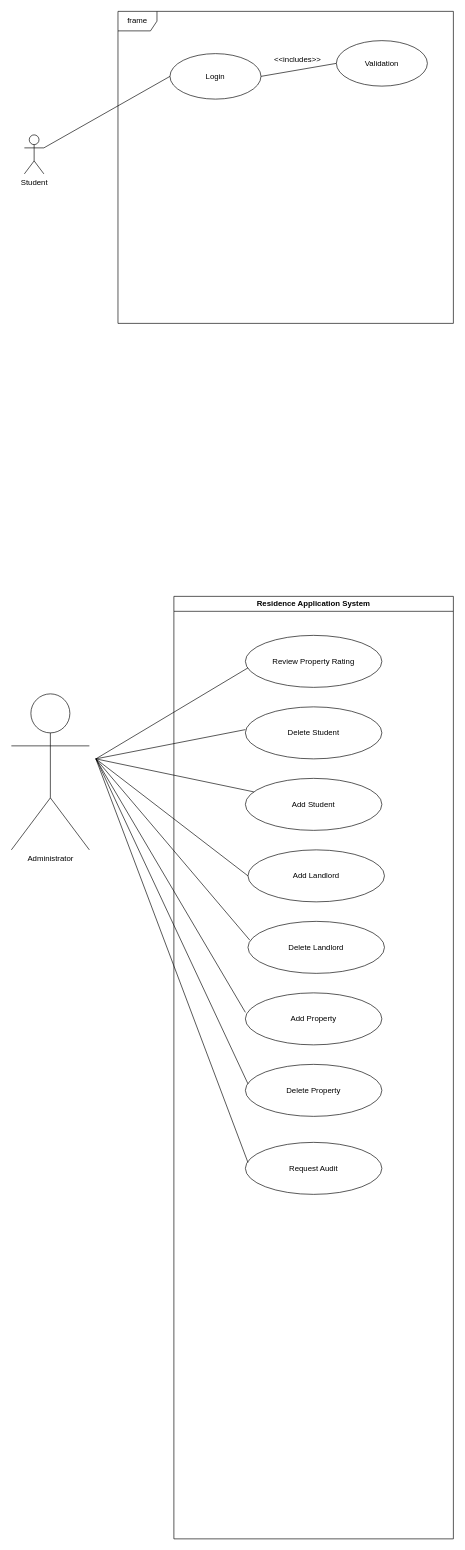
This is AdminUseCase.drawio from SETHU60/cput_accomodation_application, a draw.io file, before an edit. Source tidied: cells renumbered, new cells numbered last; positions are measured from the earlier drawing's top-left corner, leaving out a move shared by most shapes. Both pictures are drawn from the tidied source at 65%, with x=0, y=0 at pixel (11, 11).
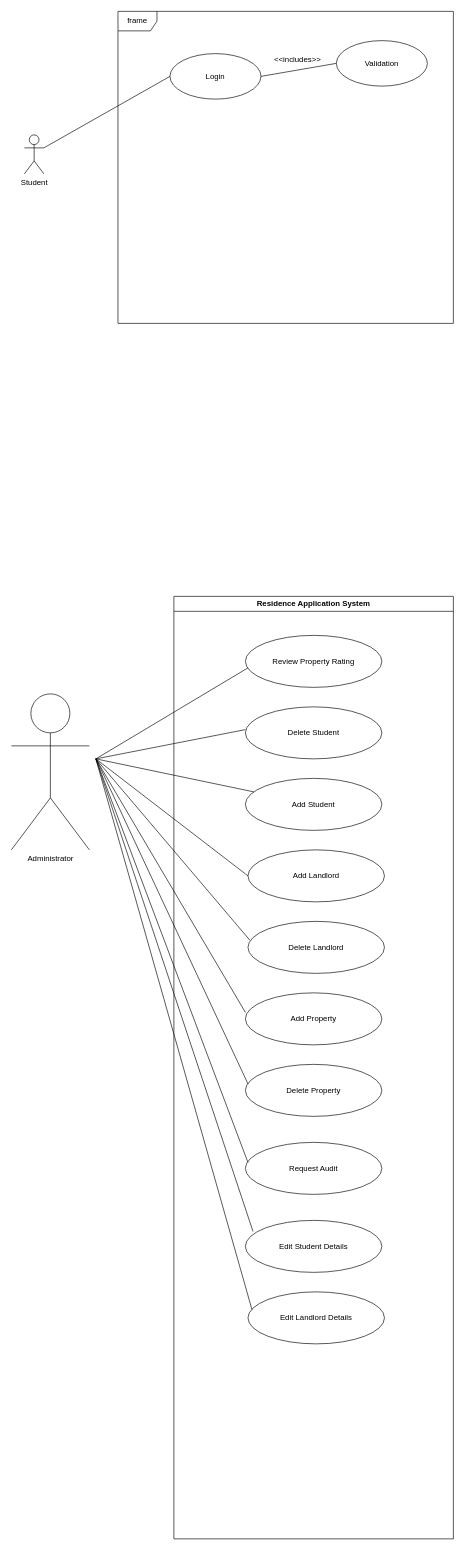
After the change.

Unchanged cells that the change refers to:
```xml
<mxCell id="9" value="Residence Application System" style="swimlane;whiteSpace=wrap;html=1;" parent="1" vertex="1">
  <mxGeometry x="250" y="900" width="430" height="1450" as="geometry" />
</mxCell>
```

What changed in the source:
```diff
@@
+    <mxCell id="27" value="Edit Student Details" style="ellipse;whiteSpace=wrap;html=1;" parent="9" vertex="1">
+      <mxGeometry x="110" y="960" width="210" height="80" as="geometry" />
+    </mxCell>
+    <mxCell id="28" value="Edit Landlord Details" style="ellipse;whiteSpace=wrap;html=1;" parent="9" vertex="1">
+      <mxGeometry x="114" y="1070" width="210" height="80" as="geometry" />
+    </mxCell>
+    <mxCell id="29" style="endArrow=none;html=1;rounded=0;entryX=0.029;entryY=0.339;entryDx=0;entryDy=0;entryPerimeter=0;" parent="9" edge="1" target="28">
+      <mxGeometry relative="1" as="geometry">
+        <mxPoint x="-120" y="250" as="sourcePoint" />
+      </mxGeometry>
+    </mxCell>
+    <mxCell id="30" style="endArrow=none;html=1;rounded=0;entryX=0.056;entryY=0.214;entryDx=0;entryDy=0;entryPerimeter=0;" parent="9" edge="1" target="27">
+      <mxGeometry relative="1" as="geometry">
+        <mxPoint x="-120" y="250" as="sourcePoint" />
+      </mxGeometry>
+    </mxCell>
```
